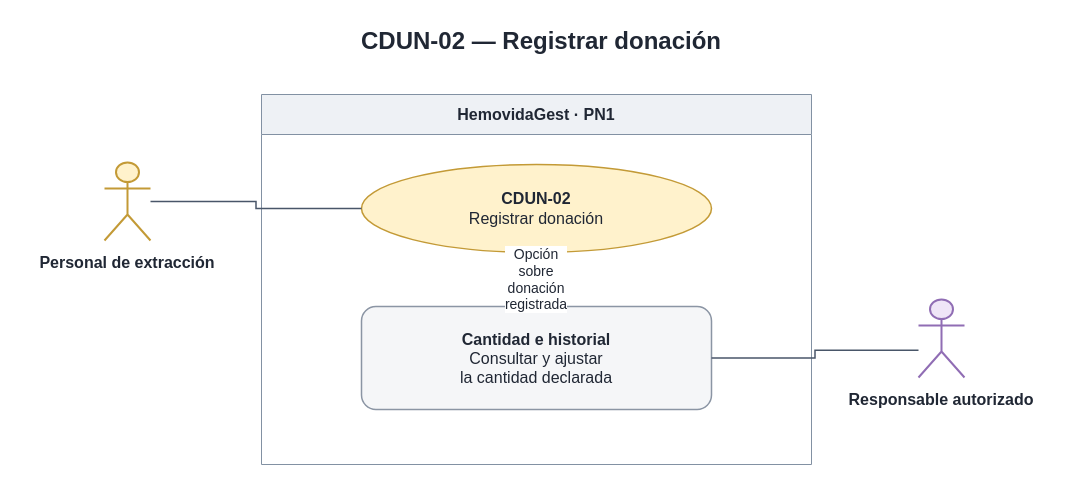
The draw.io diagram Diagramas/Casos de Uso/T06b - Correccion de cantidad de donacion - Casos de uso.drawio in juanNH/Ingenieria-de-Software, before the edit. Source tidied: cells renumbered, new cells numbered last; positions are measured from the earlier drawing's top-left corner, leaving out a move shared by most shapes. Both pictures are drawn from the tidied source at 100%, with x=0, y=0 at pixel (17, 17).
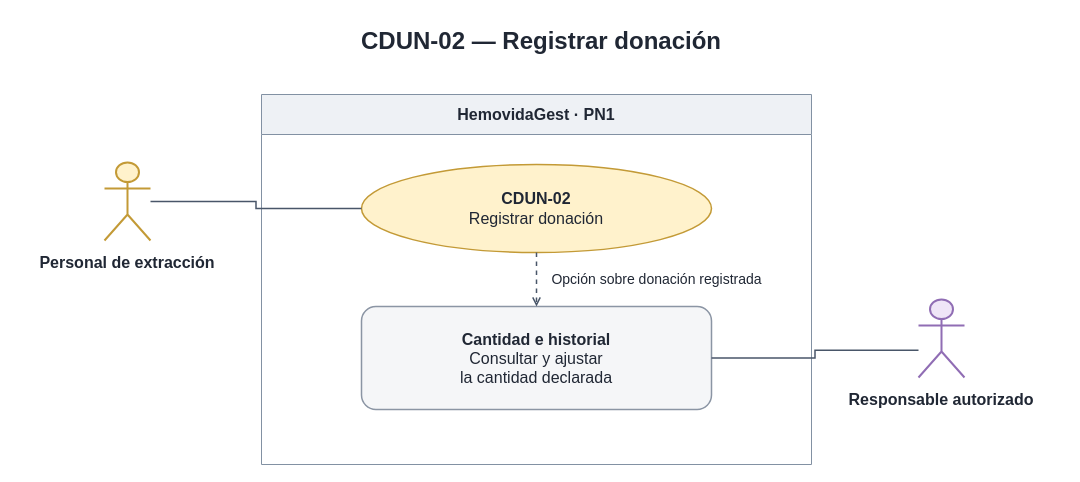
Above is the later version.

Change to the diagram source:
```diff
@@
 <mxGraphModel>
   <root>
     <mxCell id="0" />
     <mxCell id="1" parent="0" />
     <mxCell id="2" value="CDUN-02 — Registrar donación" style="html=1;whiteSpace=wrap;fontFamily=Arial;fontSize=16;fontColor=#202734;text;strokeColor=none;fillColor=none;align=center;verticalAlign=middle;fontSize=24;fontStyle=1;" parent="1" vertex="1">
       <mxGeometry x="2" width="1044" height="48" as="geometry" />
     </mxCell>
     <mxCell id="3" value="&lt;b&gt;HemovidaGest · PN1&lt;/b&gt;" style="swimlane;horizontal=1;startSize=40;fillColor=#eef1f5;swimlaneFillColor=#ffffff;strokeColor=#8291a3;html=1;whiteSpace=wrap;fontFamily=Arial;fontSize=16;fontColor=#202734;" parent="1" vertex="1">
       <mxGeometry x="244" y="77" width="550" height="370" as="geometry" />
     </mxCell>
     <mxCell id="4" value="&lt;b&gt;CDUN-02&lt;/b&gt;&lt;br&gt;Registrar donación" style="html=1;whiteSpace=wrap;fontFamily=Arial;fontSize=16;fontColor=#202734;rounded=1;arcSize=14;strokeWidth=1.5;align=center;verticalAlign=middle;fillColor=#fff2cc;strokeColor=#c39a36;ellipse;perimeter=ellipsePerimeter;" parent="1" vertex="1">
       <mxGeometry x="344" y="147" width="350" height="88" as="geometry" />
     </mxCell>
     <mxCell id="5" value="&lt;b&gt;Cantidad e historial&lt;/b&gt;&lt;br&gt;Consultar y ajustar&lt;br&gt;la cantidad declarada" style="html=1;whiteSpace=wrap;fontFamily=Arial;fontSize=16;fontColor=#202734;rounded=1;arcSize=14;strokeWidth=1.5;align=center;verticalAlign=middle;fillColor=#f5f6f8;strokeColor=#8b95a4;" parent="1" vertex="1">
       <mxGeometry x="344" y="289" width="350" height="103" as="geometry" />
     </mxCell>
     <mxCell id="6" style="shape=umlActor;html=1;strokeWidth=2;fillColor=#fff2cc;strokeColor=#c39a36;" parent="1" vertex="1">
       <mxGeometry x="87" y="145" width="46" height="78" as="geometry" />
     </mxCell>
     <mxCell id="7" value="&lt;b&gt;Personal de extracción&lt;/b&gt;" style="html=1;whiteSpace=wrap;fontFamily=Arial;fontSize=16;fontColor=#202734;text;strokeColor=none;fillColor=none;align=center;verticalAlign=middle;" parent="1" vertex="1">
       <mxGeometry y="225" width="220" height="40" as="geometry" />
     </mxCell>
     <mxCell id="8" style="shape=umlActor;html=1;strokeWidth=2;fillColor=#efe5f7;strokeColor=#906db4;" parent="1" vertex="1">
       <mxGeometry x="901" y="282" width="46" height="78" as="geometry" />
     </mxCell>
     <mxCell id="9" value="&lt;b&gt;Responsable autorizado&lt;/b&gt;" style="html=1;whiteSpace=wrap;fontFamily=Arial;fontSize=16;fontColor=#202734;text;strokeColor=none;fillColor=none;align=center;verticalAlign=middle;" parent="1" vertex="1">
       <mxGeometry x="814" y="362" width="220" height="40" as="geometry" />
     </mxCell>
     <mxCell id="10" style="html=1;whiteSpace=wrap;fontFamily=Arial;fontSize=16;fontColor=#202734;edgeStyle=orthogonalEdgeStyle;rounded=0;endArrow=block;endFill=1;strokeColor=#495669;strokeWidth=1.5;fontSize=14;labelBackgroundColor=#ffffff;endArrow=none;exitX=1;exitY=0.5;entryX=0;entryY=0.5;" parent="1" edge="1" source="6" target="4">
       <mxGeometry relative="1" as="geometry" />
     </mxCell>
-    <mxCell id="11" value="Opción sobre donación registrada" style="html=1;whiteSpace=wrap;fontFamily=Arial;fontSize=16;fontColor=#202734;edgeStyle=orthogonalEdgeStyle;rounded=0;endArrow=block;endFill=1;strokeColor=#495669;strokeWidth=1.5;fontSize=14;labelBackgroundColor=#ffffff;dashed=1;endArrow=open;endFill=0;exitX=0.5;exitY=1;entryX=0.5;entryY=0;" parent="1" edge="1" source="4" target="5">
-      <mxGeometry relative="1" as="geometry" />
+    <mxCell id="11" value="Opción sobre donación registrada" style="html=1;whiteSpace=nowrap;fontFamily=Arial;fontSize=14;fontColor=#202734;edgeStyle=orthogonalEdgeStyle;rounded=0;strokeColor=#495669;strokeWidth=1.5;labelBackgroundColor=#ffffff;dashed=1;endArrow=open;endFill=0;exitX=0.5;exitY=1;entryX=0.5;entryY=0;" parent="1" edge="1" source="4" target="5">
+      <mxGeometry relative="1" as="geometry">
+        <mxPoint x="120" as="offset" />
+      </mxGeometry>
     </mxCell>
     <mxCell id="12" style="html=1;whiteSpace=wrap;fontFamily=Arial;fontSize=16;fontColor=#202734;edgeStyle=orthogonalEdgeStyle;rounded=0;endArrow=block;endFill=1;strokeColor=#495669;strokeWidth=1.5;fontSize=14;labelBackgroundColor=#ffffff;endArrow=none;exitX=0;exitY=0.65;entryX=1;entryY=0.5;" parent="1" edge="1" source="8" target="5">
       <mxGeometry relative="1" as="geometry" />
     </mxCell>
   </root>
 </mxGraphModel>
```
